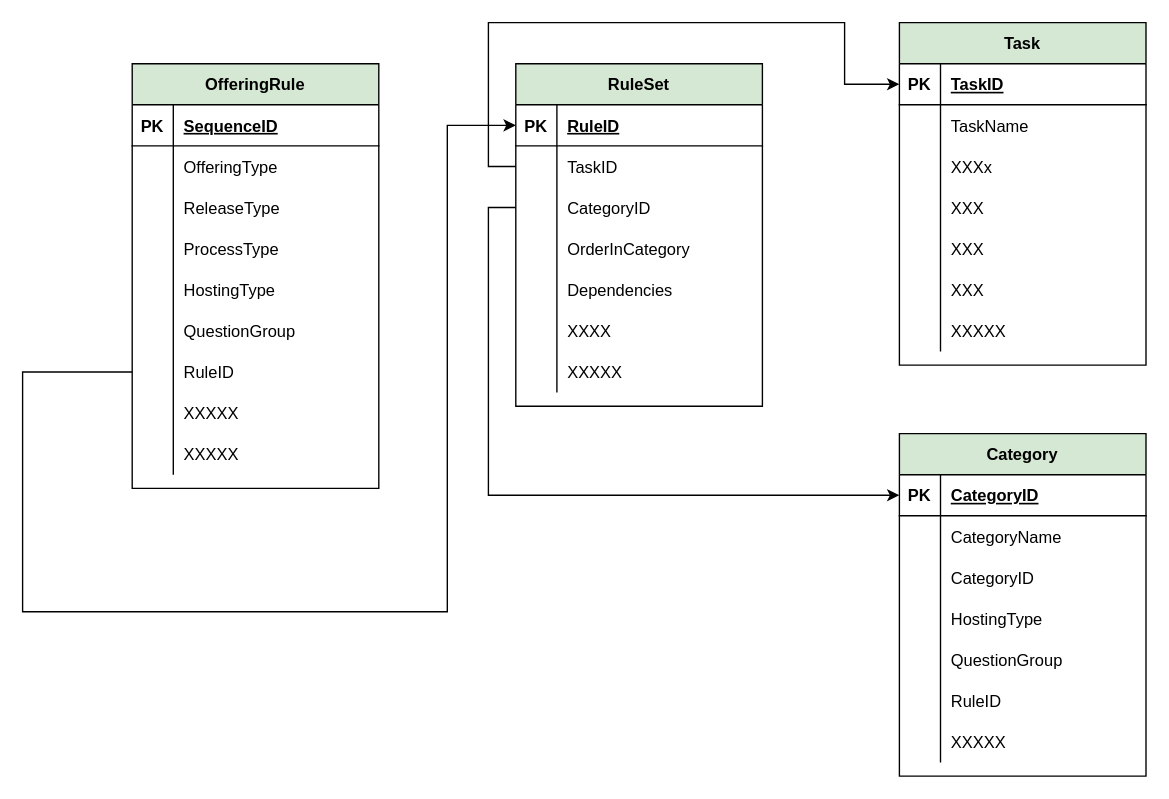
This is page "Data Model" (4 of 4) of oasis-architecture.drawio from JackZhao2517/drawio_folder, a draw.io file, before an edit. Source tidied: cells renumbered, new cells numbered last; positions are measured from the earlier drawing's top-left corner, leaving out a move shared by most shapes. Both pictures are drawn from the tidied source at 137%, with x=0, y=0 at pixel (22, 22).
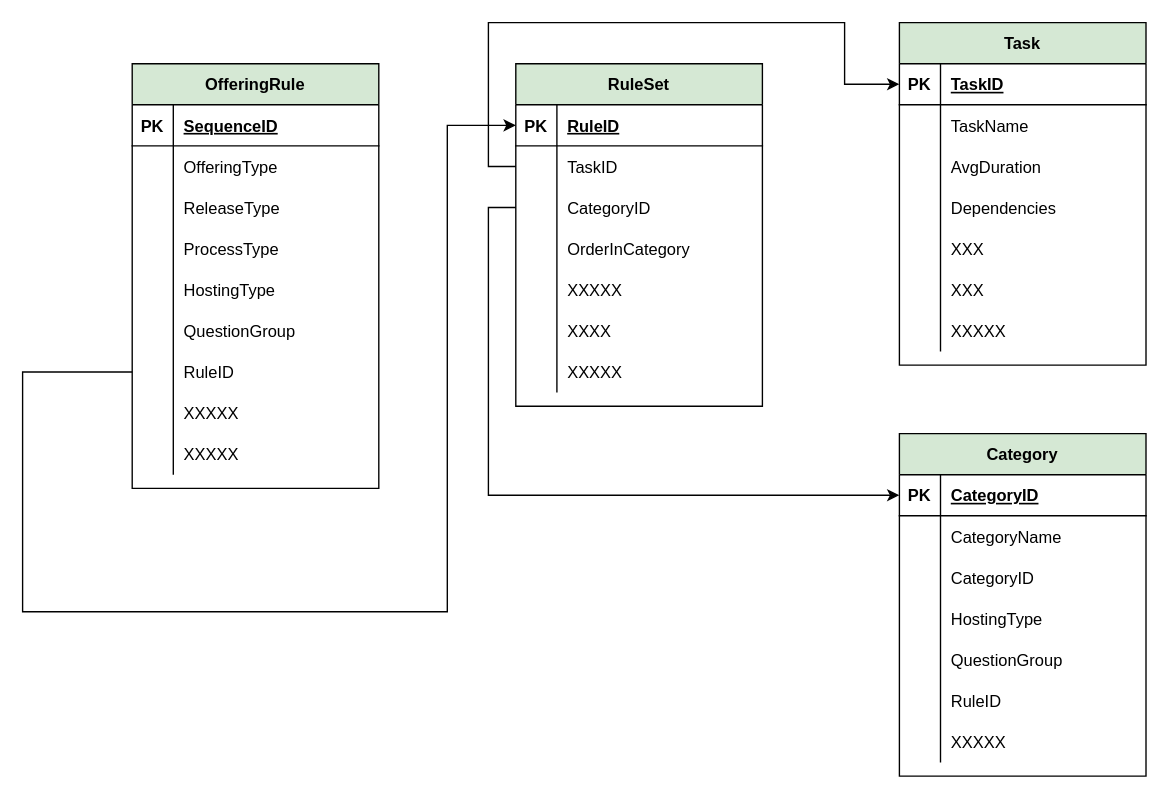
The same diagram, later.

The change refers to these unchanged cells:
```xml
<mxCell id="43" style="shape=partialRectangle;fillColor=none;top=0;left=0;bottom=0;right=0;" parent="30" vertex="1">
  <mxGeometry y="150" width="180" height="30" as="geometry" />
</mxCell>
<mxCell id="60" style="shape=partialRectangle;fillColor=none;top=0;left=0;bottom=0;right=0;" parent="53" vertex="1">
  <mxGeometry y="90" width="180" height="30" as="geometry" />
</mxCell>
<mxCell id="63" style="shape=partialRectangle;fillColor=none;top=0;left=0;bottom=0;right=0;" parent="53" vertex="1">
  <mxGeometry y="120" width="180" height="30" as="geometry" />
</mxCell>
```

Change to the diagram source:
```diff
@@
-    <mxCell id="45" value="Dependencies" style="shape=partialRectangle;fillColor=none;top=0;left=0;bottom=0;right=0;align=left;spacingLeft=6;overflow=hidden;" parent="43" vertex="1">
+    <mxCell id="45" value="XXXXX" style="shape=partialRectangle;fillColor=none;top=0;left=0;bottom=0;right=0;align=left;spacingLeft=6;overflow=hidden;" parent="43" vertex="1">
       <mxGeometry x="30" width="150" height="30" as="geometry" />
     </mxCell>
@@
-    <mxCell id="62" value="XXXx" style="shape=partialRectangle;fillColor=none;top=0;left=0;bottom=0;right=0;align=left;spacingLeft=6;overflow=hidden;" parent="60" vertex="1">
+    <mxCell id="62" value="AvgDuration" style="shape=partialRectangle;fillColor=none;top=0;left=0;bottom=0;right=0;align=left;spacingLeft=6;overflow=hidden;" parent="60" vertex="1">
       <mxGeometry x="30" width="150" height="30" as="geometry" />
     </mxCell>
@@
-    <mxCell id="65" value="XXX" style="shape=partialRectangle;fillColor=none;top=0;left=0;bottom=0;right=0;align=left;spacingLeft=6;overflow=hidden;" parent="63" vertex="1">
+    <mxCell id="65" value="Dependencies" style="shape=partialRectangle;fillColor=none;top=0;left=0;bottom=0;right=0;align=left;spacingLeft=6;overflow=hidden;" parent="63" vertex="1">
       <mxGeometry x="30" width="150" height="30" as="geometry" />
     </mxCell>
```
